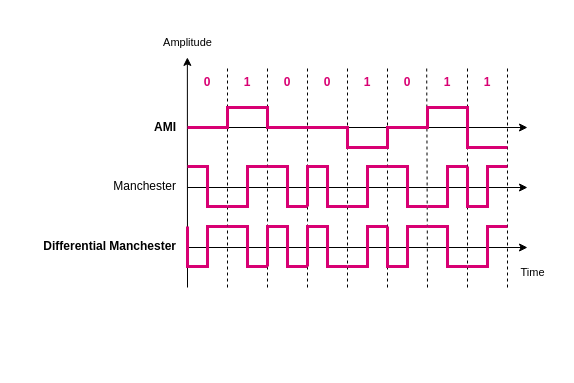
Earlier version of the draw.io diagram page "digital" (2 of 2) of lines/hw1.drawio (hanggrian/IIT-CS455). Source tidied: cells renumbered, new cells numbered last; positions are measured from the earlier drawing's top-left corner, leaving out a move shared by most shapes. Both pictures are drawn from the tidied source at 100%, with x=0, y=0 at pixel (17, 27).
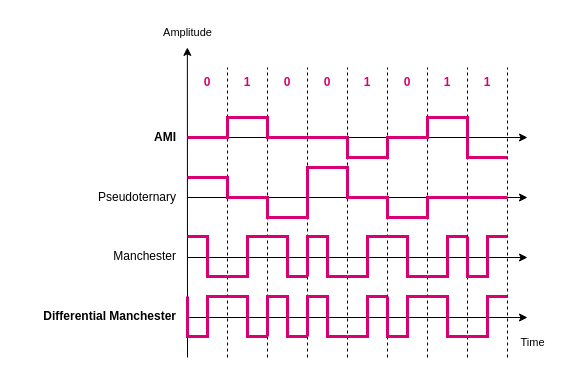
After the change.

The edit, as a diff of the source:
```diff
@@
     <mxCell id="2" style="endArrow=classic;html=1;rounded=0;" parent="1" edge="1">
       <mxGeometry relative="1" as="geometry">
-        <mxPoint x="170" y="100" as="sourcePoint" />
-        <mxPoint x="510" y="100" as="targetPoint" />
+        <mxPoint x="170" y="170" as="sourcePoint" />
+        <mxPoint x="510" y="170" as="targetPoint" />
       </mxGeometry>
     </mxCell>
     <mxCell id="3" style="endArrow=classic;html=1;rounded=0;" parent="1" edge="1">
       <mxGeometry relative="1" as="geometry">
-        <mxPoint x="170" y="160" as="sourcePoint" />
-        <mxPoint x="510" y="160" as="targetPoint" />
+        <mxPoint x="170" y="230" as="sourcePoint" />
+        <mxPoint x="510" y="230" as="targetPoint" />
       </mxGeometry>
     </mxCell>
     <mxCell id="4" style="endArrow=classic;html=1;rounded=0;entryX=0.498;entryY=0.997;entryDx=0;entryDy=0;entryPerimeter=0;" parent="1" edge="1" target="5">
       <mxGeometry relative="1" as="geometry">
-        <mxPoint x="170" y="260" as="sourcePoint" />
+        <mxPoint x="170" y="330" as="sourcePoint" />
       </mxGeometry>
     </mxCell>
     <mxCell id="5" value="Amplitude" style="text;html=1;align=center;verticalAlign=middle;points=[];strokeColor=none;fillColor=none;fontSize=11;" parent="1" vertex="1">
-      <mxGeometry x="135" width="70" height="30" as="geometry" />
+      <mxGeometry x="135" y="-10" width="70" height="30" as="geometry" />
     </mxCell>
-    <mxCell id="6" value="AMI" style="text;html=1;align=right;verticalAlign=middle;strokeColor=none;fillColor=none;fontSize=12;fontStyle=1;" parent="1" vertex="1">
-      <mxGeometry x="110" y="85" width="50" height="30" as="geometry" />
+    <mxCell id="6" value="Pseudoternary" style="text;html=1;align=right;verticalAlign=middle;strokeColor=none;fillColor=none;fontSize=12;fontStyle=0;" parent="1" vertex="1">
+      <mxGeometry x="60" y="155" width="100" height="30" as="geometry" />
     </mxCell>
     <mxCell id="7" value="Manchester" style="text;html=1;align=right;verticalAlign=middle;strokeColor=none;fillColor=none;fontSize=12;fontStyle=0;" parent="1" vertex="1">
-      <mxGeometry x="70" y="144" width="90" height="30" as="geometry" />
+      <mxGeometry x="70" y="214" width="90" height="30" as="geometry" />
     </mxCell>
     <mxCell id="8" style="endArrow=none;dashed=1;html=1;rounded=0;" parent="1" edge="1">
       <mxGeometry relative="1" as="geometry">
-        <mxPoint x="210" y="260" as="sourcePoint" />
+        <mxPoint x="210" y="330" as="sourcePoint" />
         <mxPoint x="210" y="40" as="targetPoint" />
       </mxGeometry>
     </mxCell>
     <mxCell id="9" style="endArrow=none;dashed=1;html=1;rounded=0;" parent="1" edge="1">
       <mxGeometry relative="1" as="geometry">
-        <mxPoint x="250" y="260" as="sourcePoint" />
+        <mxPoint x="250" y="330" as="sourcePoint" />
         <mxPoint x="250" y="40" as="targetPoint" />
       </mxGeometry>
     </mxCell>
     <mxCell id="10" style="endArrow=none;dashed=1;html=1;rounded=0;" parent="1" edge="1">
       <mxGeometry relative="1" as="geometry">
-        <mxPoint x="290" y="260" as="sourcePoint" />
+        <mxPoint x="290" y="330" as="sourcePoint" />
         <mxPoint x="290" y="40" as="targetPoint" />
       </mxGeometry>
     </mxCell>
     <mxCell id="11" style="endArrow=none;dashed=1;html=1;rounded=0;" parent="1" edge="1">
       <mxGeometry relative="1" as="geometry">
-        <mxPoint x="330" y="260" as="sourcePoint" />
+        <mxPoint x="330" y="330" as="sourcePoint" />
         <mxPoint x="330" y="40" as="targetPoint" />
       </mxGeometry>
     </mxCell>
     <mxCell id="12" style="endArrow=none;dashed=1;html=1;rounded=0;" parent="1" edge="1">
       <mxGeometry relative="1" as="geometry">
-        <mxPoint x="370" y="260" as="sourcePoint" />
+        <mxPoint x="370" y="330" as="sourcePoint" />
         <mxPoint x="370" y="40" as="targetPoint" />
       </mxGeometry>
     </mxCell>
@@
     <mxCell id="21" style="endArrow=none;dashed=1;html=1;rounded=0;" parent="1" edge="1">
       <mxGeometry relative="1" as="geometry">
-        <mxPoint x="410" y="260" as="sourcePoint" />
-        <mxPoint x="409.2" y="40" as="targetPoint" />
+        <mxPoint x="410" y="330" as="sourcePoint" />
+        <mxPoint x="410" y="40" as="targetPoint" />
       </mxGeometry>
     </mxCell>
     <mxCell id="22" style="endArrow=none;dashed=1;html=1;rounded=0;" parent="1" edge="1">
       <mxGeometry relative="1" as="geometry">
-        <mxPoint x="450" y="260" as="sourcePoint" />
+        <mxPoint x="450" y="330" as="sourcePoint" />
         <mxPoint x="450" y="40" as="targetPoint" />
       </mxGeometry>
     </mxCell>
     <mxCell id="23" style="endArrow=none;dashed=1;html=1;rounded=0;" parent="1" edge="1">
       <mxGeometry relative="1" as="geometry">
-        <mxPoint x="490" y="260" as="sourcePoint" />
+        <mxPoint x="490" y="330" as="sourcePoint" />
         <mxPoint x="490" y="40" as="targetPoint" />
       </mxGeometry>
     </mxCell>
     <mxCell id="24" value="Time" style="text;html=1;align=center;verticalAlign=middle;strokeColor=none;fillColor=none;fontSize=11;" parent="1" vertex="1">
-      <mxGeometry x="490" y="230" width="50" height="30" as="geometry" />
+      <mxGeometry x="490" y="300" width="50" height="30" as="geometry" />
     </mxCell>
     <mxCell id="25" style="endArrow=none;html=1;rounded=0;edgeStyle=orthogonalEdgeStyle;fillColor=#d80073;strokeColor=#D80073;strokeWidth=3;" parent="1" edge="1">
       <mxGeometry relative="1" as="geometry">
-        <mxPoint x="170" y="100" as="sourcePoint" />
-        <mxPoint x="490" y="120" as="targetPoint" />
+        <mxPoint x="170" y="150" as="sourcePoint" />
+        <mxPoint x="490" y="170" as="targetPoint" />
         <Array as="points">
-          <mxPoint x="210" y="100" />
-          <mxPoint x="210" y="80" />
-          <mxPoint x="250" y="80" />
-          <mxPoint x="250" y="100" />
-          <mxPoint x="330" y="100" />
-          <mxPoint x="330" y="120" />
-          <mxPoint x="370" y="120" />
-          <mxPoint x="370" y="100" />
-          <mxPoint x="410" y="100" />
-          <mxPoint x="410" y="80" />
-          <mxPoint x="450" y="80" />
-          <mxPoint x="450" y="120" />
-          <mxPoint x="490" y="120" />
+          <mxPoint x="210" y="150" />
+          <mxPoint x="210" y="170" />
+          <mxPoint x="250" y="170" />
+          <mxPoint x="250" y="190" />
+          <mxPoint x="290" y="190" />
+          <mxPoint x="290" y="140" />
+          <mxPoint x="330" y="140" />
+          <mxPoint x="330" y="170" />
+          <mxPoint x="370" y="170" />
+          <mxPoint x="370" y="190" />
+          <mxPoint x="410" y="190" />
+          <mxPoint x="410" y="170" />
         </Array>
       </mxGeometry>
     </mxCell>
     <mxCell id="26" value="Differential Manchester" style="text;html=1;align=right;verticalAlign=middle;strokeColor=none;fillColor=none;fontSize=12;fontStyle=1;" parent="1" vertex="1">
-      <mxGeometry y="204" width="160" height="30" as="geometry" />
+      <mxGeometry y="274" width="160" height="30" as="geometry" />
     </mxCell>
     <mxCell id="27" style="endArrow=classic;html=1;rounded=0;" parent="1" edge="1">
       <mxGeometry relative="1" as="geometry">
-        <mxPoint x="170" y="220" as="sourcePoint" />
-        <mxPoint x="510" y="220" as="targetPoint" />
+        <mxPoint x="170" y="290" as="sourcePoint" />
+        <mxPoint x="510" y="290" as="targetPoint" />
       </mxGeometry>
     </mxCell>
     <mxCell id="28" style="endArrow=none;html=1;rounded=0;edgeStyle=orthogonalEdgeStyle;fillColor=#d80073;strokeColor=#D80073;strokeWidth=3;" parent="1" edge="1">
       <mxGeometry relative="1" as="geometry">
-        <mxPoint x="210" y="179" as="sourcePoint" />
-        <mxPoint x="170" y="139" as="targetPoint" />
+        <mxPoint x="210" y="249" as="sourcePoint" />
+        <mxPoint x="170" y="209" as="targetPoint" />
         <Array as="points">
-          <mxPoint x="190" y="179" />
-          <mxPoint x="190" y="139" />
-          <mxPoint x="170" y="139" />
+          <mxPoint x="190" y="249" />
+          <mxPoint x="190" y="209" />
+          <mxPoint x="170" y="209" />
         </Array>
       </mxGeometry>
     </mxCell>
     <mxCell id="29" style="endArrow=none;html=1;rounded=0;edgeStyle=orthogonalEdgeStyle;fillColor=#d80073;strokeColor=#D80073;strokeWidth=3;" parent="1" edge="1">
       <mxGeometry relative="1" as="geometry">
-        <mxPoint x="250" y="139" as="sourcePoint" />
-        <mxPoint x="210" y="179" as="targetPoint" />
+        <mxPoint x="250" y="209" as="sourcePoint" />
+        <mxPoint x="210" y="249" as="targetPoint" />
         <Array as="points">
-          <mxPoint x="230" y="139" />
-          <mxPoint x="230" y="179" />
+          <mxPoint x="230" y="209" />
+          <mxPoint x="230" y="249" />
         </Array>
       </mxGeometry>
     </mxCell>
     <mxCell id="30" style="endArrow=none;html=1;rounded=0;edgeStyle=orthogonalEdgeStyle;fillColor=#d80073;strokeColor=#D80073;strokeWidth=3;" parent="1" edge="1">
       <mxGeometry relative="1" as="geometry">
-        <mxPoint x="290" y="179" as="sourcePoint" />
-        <mxPoint x="250" y="139" as="targetPoint" />
+        <mxPoint x="290" y="249" as="sourcePoint" />
+        <mxPoint x="250" y="209" as="targetPoint" />
         <Array as="points">
-          <mxPoint x="270" y="179" />
-          <mxPoint x="270" y="139" />
+          <mxPoint x="270" y="249" />
+          <mxPoint x="270" y="209" />
         </Array>
       </mxGeometry>
     </mxCell>
     <mxCell id="31" style="endArrow=none;html=1;rounded=0;edgeStyle=orthogonalEdgeStyle;fillColor=#d80073;strokeColor=#D80073;strokeWidth=3;" parent="1" edge="1">
       <mxGeometry relative="1" as="geometry">
-        <mxPoint x="330" y="179" as="sourcePoint" />
-        <mxPoint x="290" y="179" as="targetPoint" />
+        <mxPoint x="330" y="249" as="sourcePoint" />
+        <mxPoint x="290" y="249" as="targetPoint" />
         <Array as="points">
-          <mxPoint x="310" y="179" />
-          <mxPoint x="310" y="139" />
+          <mxPoint x="310" y="249" />
+          <mxPoint x="310" y="209" />
         </Array>
       </mxGeometry>
     </mxCell>
     <mxCell id="32" style="endArrow=none;html=1;rounded=0;edgeStyle=orthogonalEdgeStyle;fillColor=#d80073;strokeColor=#D80073;strokeWidth=3;" parent="1" edge="1">
       <mxGeometry relative="1" as="geometry">
-        <mxPoint x="410" y="179" as="sourcePoint" />
-        <mxPoint x="370" y="139" as="targetPoint" />
+        <mxPoint x="410" y="249" as="sourcePoint" />
+        <mxPoint x="370" y="209" as="targetPoint" />
         <Array as="points">
-          <mxPoint x="390" y="179" />
-          <mxPoint x="390" y="139" />
+          <mxPoint x="390" y="249" />
+          <mxPoint x="390" y="209" />
         </Array>
       </mxGeometry>
     </mxCell>
     <mxCell id="33" style="endArrow=none;html=1;rounded=0;edgeStyle=orthogonalEdgeStyle;fillColor=#d80073;strokeColor=#D80073;strokeWidth=3;" parent="1" edge="1">
       <mxGeometry relative="1" as="geometry">
-        <mxPoint x="370" y="139" as="sourcePoint" />
-        <mxPoint x="330" y="179" as="targetPoint" />
+        <mxPoint x="370" y="209" as="sourcePoint" />
+        <mxPoint x="330" y="249" as="targetPoint" />
         <Array as="points">
-          <mxPoint x="350" y="139" />
-          <mxPoint x="350" y="179" />
+          <mxPoint x="350" y="209" />
+          <mxPoint x="350" y="249" />
         </Array>
       </mxGeometry>
     </mxCell>
     <mxCell id="34" style="endArrow=none;html=1;rounded=0;edgeStyle=orthogonalEdgeStyle;fillColor=#d80073;strokeColor=#D80073;strokeWidth=3;" parent="1" edge="1">
       <mxGeometry relative="1" as="geometry">
-        <mxPoint x="450" y="139" as="sourcePoint" />
-        <mxPoint x="410" y="179" as="targetPoint" />
+        <mxPoint x="450" y="209" as="sourcePoint" />
+        <mxPoint x="410" y="249" as="targetPoint" />
         <Array as="points">
-          <mxPoint x="430" y="139" />
-          <mxPoint x="430" y="179" />
+          <mxPoint x="430" y="209" />
+          <mxPoint x="430" y="249" />
         </Array>
       </mxGeometry>
     </mxCell>
     <mxCell id="35" style="endArrow=none;html=1;rounded=0;edgeStyle=orthogonalEdgeStyle;fillColor=#d80073;strokeColor=#D80073;strokeWidth=3;" parent="1" edge="1">
       <mxGeometry relative="1" as="geometry">
-        <mxPoint x="490" y="139" as="sourcePoint" />
-        <mxPoint x="450" y="139" as="targetPoint" />
+        <mxPoint x="490" y="209" as="sourcePoint" />
+        <mxPoint x="450" y="209" as="targetPoint" />
         <Array as="points">
-          <mxPoint x="470" y="139" />
-          <mxPoint x="470" y="179" />
-          <mxPoint x="450" y="179" />
+          <mxPoint x="470" y="209" />
+          <mxPoint x="470" y="249" />
+          <mxPoint x="450" y="249" />
         </Array>
       </mxGeometry>
     </mxCell>
     <mxCell id="36" style="endArrow=none;html=1;rounded=0;edgeStyle=orthogonalEdgeStyle;fillColor=#d80073;strokeColor=#D80073;strokeWidth=3;" parent="1" edge="1">
       <mxGeometry relative="1" as="geometry">
-        <mxPoint x="210" y="199" as="sourcePoint" />
-        <mxPoint x="170" y="199" as="targetPoint" />
+        <mxPoint x="210" y="269" as="sourcePoint" />
+        <mxPoint x="170" y="269" as="targetPoint" />
         <Array as="points">
-          <mxPoint x="190" y="199" />
-          <mxPoint x="190" y="239" />
+          <mxPoint x="190" y="269" />
+          <mxPoint x="190" y="309" />
         </Array>
       </mxGeometry>
     </mxCell>
     <mxCell id="37" style="endArrow=none;html=1;rounded=0;edgeStyle=orthogonalEdgeStyle;fillColor=#d80073;strokeColor=#D80073;strokeWidth=3;" parent="1" edge="1">
       <mxGeometry relative="1" as="geometry">
-        <mxPoint x="250" y="239" as="sourcePoint" />
-        <mxPoint x="210" y="199" as="targetPoint" />
+        <mxPoint x="250" y="309" as="sourcePoint" />
+        <mxPoint x="210" y="269" as="targetPoint" />
         <Array as="points">
-          <mxPoint x="230" y="239" />
-          <mxPoint x="230" y="199" />
-          <mxPoint x="210" y="199" />
+          <mxPoint x="230" y="309" />
+          <mxPoint x="230" y="269" />
+          <mxPoint x="210" y="269" />
         </Array>
       </mxGeometry>
     </mxCell>
     <mxCell id="38" style="endArrow=none;html=1;rounded=0;edgeStyle=orthogonalEdgeStyle;fillColor=#d80073;strokeColor=#D80073;strokeWidth=3;" parent="1" edge="1">
       <mxGeometry relative="1" as="geometry">
-        <mxPoint x="290" y="239" as="sourcePoint" />
-        <mxPoint x="250" y="239" as="targetPoint" />
+        <mxPoint x="290" y="309" as="sourcePoint" />
+        <mxPoint x="250" y="309" as="targetPoint" />
         <Array as="points">
-          <mxPoint x="270" y="239" />
-          <mxPoint x="270" y="199" />
+          <mxPoint x="270" y="309" />
+          <mxPoint x="270" y="269" />
         </Array>
       </mxGeometry>
     </mxCell>
     <mxCell id="39" style="endArrow=none;html=1;rounded=0;edgeStyle=orthogonalEdgeStyle;fillColor=#d80073;strokeColor=#D80073;strokeWidth=3;" parent="1" edge="1">
       <mxGeometry relative="1" as="geometry">
-        <mxPoint x="330" y="239" as="sourcePoint" />
-        <mxPoint x="290" y="239" as="targetPoint" />
+        <mxPoint x="330" y="309" as="sourcePoint" />
+        <mxPoint x="290" y="309" as="targetPoint" />
         <Array as="points">
-          <mxPoint x="310" y="239" />
-          <mxPoint x="310" y="199" />
+          <mxPoint x="310" y="309" />
+          <mxPoint x="310" y="269" />
         </Array>
       </mxGeometry>
     </mxCell>
     <mxCell id="40" style="endArrow=none;html=1;rounded=0;edgeStyle=orthogonalEdgeStyle;fillColor=#d80073;strokeColor=#D80073;strokeWidth=3;" parent="1" edge="1">
       <mxGeometry relative="1" as="geometry">
-        <mxPoint x="370" y="199" as="sourcePoint" />
-        <mxPoint x="330" y="239" as="targetPoint" />
+        <mxPoint x="370" y="269" as="sourcePoint" />
+        <mxPoint x="330" y="309" as="targetPoint" />
         <Array as="points">
-          <mxPoint x="350" y="199" />
-          <mxPoint x="350" y="239" />
+          <mxPoint x="350" y="269" />
+          <mxPoint x="350" y="309" />
         </Array>
       </mxGeometry>
     </mxCell>
     <mxCell id="41" style="endArrow=none;html=1;rounded=0;edgeStyle=orthogonalEdgeStyle;fillColor=#d80073;strokeColor=#D80073;strokeWidth=3;" parent="1" edge="1">
       <mxGeometry relative="1" as="geometry">
-        <mxPoint x="410" y="199" as="sourcePoint" />
-        <mxPoint x="370" y="199" as="targetPoint" />
+        <mxPoint x="410" y="269" as="sourcePoint" />
+        <mxPoint x="370" y="269" as="targetPoint" />
         <Array as="points">
-          <mxPoint x="390" y="199" />
-          <mxPoint x="390" y="239" />
+          <mxPoint x="390" y="269" />
+          <mxPoint x="390" y="309" />
         </Array>
       </mxGeometry>
     </mxCell>
     <mxCell id="42" style="endArrow=none;html=1;rounded=0;edgeStyle=orthogonalEdgeStyle;fillColor=#d80073;strokeColor=#D80073;strokeWidth=3;" parent="1" edge="1">
       <mxGeometry relative="1" as="geometry">
-        <mxPoint x="450" y="239" as="sourcePoint" />
-        <mxPoint x="410" y="199" as="targetPoint" />
+        <mxPoint x="450" y="309" as="sourcePoint" />
+        <mxPoint x="410" y="269" as="targetPoint" />
         <Array as="points">
-          <mxPoint x="430" y="239" />
-          <mxPoint x="430" y="199" />
-          <mxPoint x="410" y="199" />
+          <mxPoint x="430" y="309" />
+          <mxPoint x="430" y="269" />
+          <mxPoint x="410" y="269" />
         </Array>
       </mxGeometry>
     </mxCell>
     <mxCell id="43" style="endArrow=none;html=1;rounded=0;edgeStyle=orthogonalEdgeStyle;fillColor=#d80073;strokeColor=#D80073;strokeWidth=3;" parent="1" edge="1">
       <mxGeometry relative="1" as="geometry">
-        <mxPoint x="490" y="199" as="sourcePoint" />
-        <mxPoint x="450" y="239" as="targetPoint" />
+        <mxPoint x="490" y="269" as="sourcePoint" />
+        <mxPoint x="450" y="309" as="targetPoint" />
         <Array as="points">
-          <mxPoint x="470" y="199" />
-          <mxPoint x="470" y="239" />
+          <mxPoint x="470" y="269" />
+          <mxPoint x="470" y="309" />
         </Array>
       </mxGeometry>
     </mxCell>
+    <mxCell id="44" style="endArrow=classic;html=1;rounded=0;" parent="1" edge="1">
+      <mxGeometry relative="1" as="geometry">
+        <mxPoint x="170" y="110" as="sourcePoint" />
+        <mxPoint x="510" y="110" as="targetPoint" />
+      </mxGeometry>
+    </mxCell>
+    <mxCell id="45" value="AMI" style="text;html=1;align=right;verticalAlign=middle;strokeColor=none;fillColor=none;fontSize=12;fontStyle=1;" parent="1" vertex="1">
+      <mxGeometry x="110" y="95" width="50" height="30" as="geometry" />
+    </mxCell>
+    <mxCell id="46" style="endArrow=none;html=1;rounded=0;edgeStyle=orthogonalEdgeStyle;fillColor=#d80073;strokeColor=#D80073;strokeWidth=3;" parent="1" edge="1">
+      <mxGeometry relative="1" as="geometry">
+        <mxPoint x="170" y="110" as="sourcePoint" />
+        <mxPoint x="490" y="130" as="targetPoint" />
+        <Array as="points">
+          <mxPoint x="210" y="110" />
+          <mxPoint x="210" y="90" />
+          <mxPoint x="250" y="90" />
+          <mxPoint x="250" y="110" />
+          <mxPoint x="330" y="110" />
+          <mxPoint x="330" y="130" />
+          <mxPoint x="370" y="130" />
+          <mxPoint x="370" y="110" />
+          <mxPoint x="410" y="110" />
+          <mxPoint x="410" y="90" />
+          <mxPoint x="450" y="90" />
+          <mxPoint x="450" y="130" />
+          <mxPoint x="490" y="130" />
+        </Array>
+      </mxGeometry>
+    </mxCell>
```
